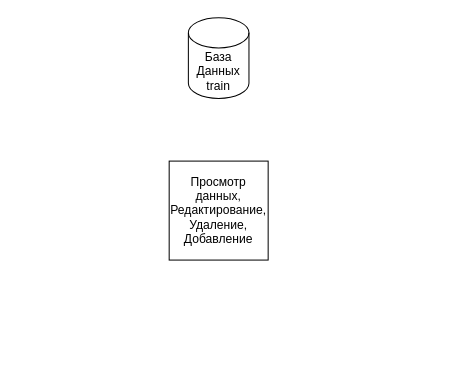
rezelput/TrainOrgnz keeps this draw.io diagram as Untitled Diagram.drawio. Above is the earlier version. Source tidied: cells renumbered, new cells numbered last; positions are measured from the earlier drawing's top-left corner, leaving out a move shared by most shapes. Both pictures are drawn from the tidied source at 101%, with x=0, y=0 at pixel (169, 17).
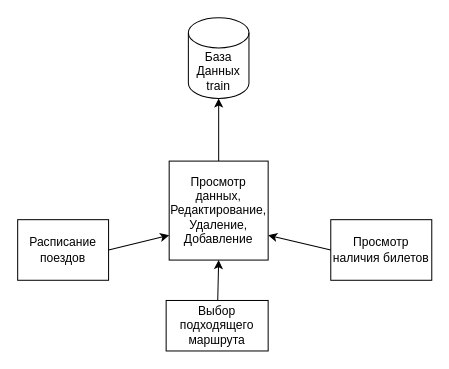
After the change.

Commit message:
Структурная схема Органайзера.drawio

What changed in the source:
```diff
@@
 <mxGraphModel background="#ffffff">
   <root>
     <mxCell id="0" />
     <mxCell id="1" parent="0" />
     <mxCell id="2" value="Просмотр данных,&lt;br&gt;Редактирование,&lt;br&gt;Удаление, Добавление" style="whiteSpace=wrap;html=1;" parent="1" vertex="1">
       <mxGeometry y="142" width="98" height="98" as="geometry" />
     </mxCell>
     <mxCell id="3" value="База Данных&lt;br&gt;train" style="shape=cylinder3;whiteSpace=wrap;html=1;boundedLbl=1;backgroundOutline=1;size=15;" parent="1" vertex="1">
       <mxGeometry x="19" width="60" height="80" as="geometry" />
     </mxCell>
+    <mxCell id="4" style="endArrow=classic;html=1;exitX=0.5;exitY=0;exitDx=0;exitDy=0;entryX=0.5;entryY=1;entryDx=0;entryDy=0;entryPerimeter=0;" parent="1" edge="1" source="2" target="3">
+      <mxGeometry relative="1" as="geometry" />
+    </mxCell>
+    <mxCell id="5" value="Расписание поездов" style="rounded=0;whiteSpace=wrap;html=1;" parent="1" vertex="1">
+      <mxGeometry x="-150" y="200" width="90" height="60" as="geometry" />
+    </mxCell>
+    <mxCell id="6" style="endArrow=classic;html=1;entryX=0;entryY=0.75;entryDx=0;entryDy=0;exitX=1;exitY=0.5;exitDx=0;exitDy=0;" parent="1" edge="1" source="5" target="2">
+      <mxGeometry relative="1" as="geometry" />
+    </mxCell>
+    <mxCell id="7" value="Выбор подходящего маршрута" style="rounded=0;whiteSpace=wrap;html=1;" parent="1" vertex="1">
+      <mxGeometry x="-3" y="280" width="101" height="50" as="geometry" />
+    </mxCell>
+    <mxCell id="8" style="endArrow=classic;html=1;entryX=0.5;entryY=1;entryDx=0;entryDy=0;" parent="1" edge="1" source="7" target="2">
+      <mxGeometry relative="1" as="geometry" />
+    </mxCell>
+    <mxCell id="9" value="Просмотр наличия билетов" style="rounded=0;whiteSpace=wrap;html=1;" parent="1" vertex="1">
+      <mxGeometry x="160" y="200" width="100" height="60" as="geometry" />
+    </mxCell>
+    <mxCell id="10" style="endArrow=classic;html=1;entryX=1;entryY=0.75;entryDx=0;entryDy=0;exitX=0;exitY=0.5;exitDx=0;exitDy=0;" parent="1" edge="1" source="9" target="2">
+      <mxGeometry relative="1" as="geometry" />
+    </mxCell>
   </root>
 </mxGraphModel>
```
